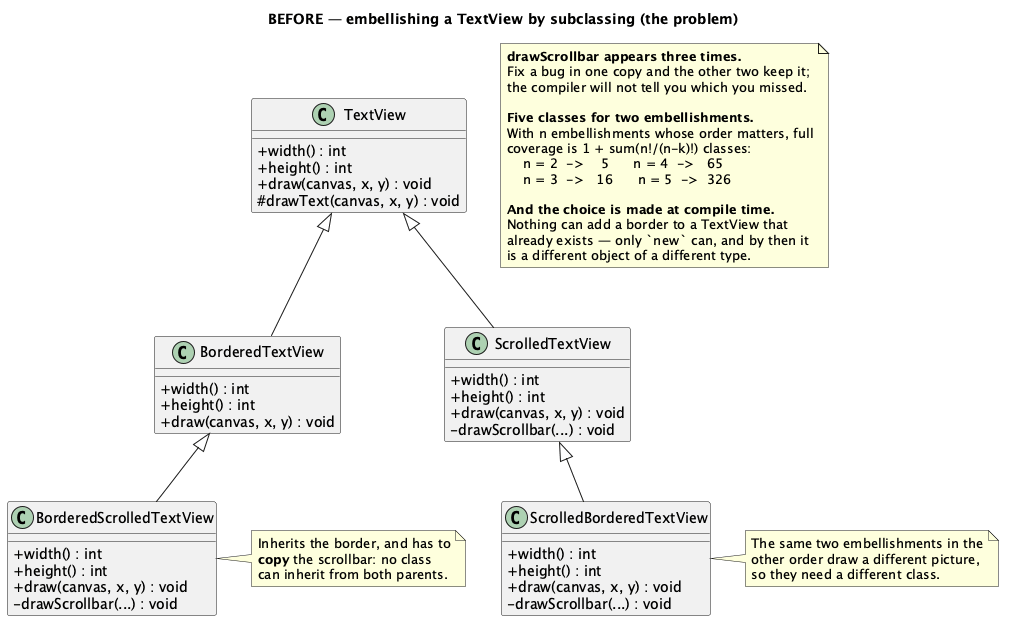
Before: src/main/java/dev/kaldiroglu/dp/structural/decorator/gof/visual/problem/uml/Decorator-Visual-Problem.png, a diagram exported from PlantUML (kaldiroglu/DesignPatternsWithJava). The source it was exported from:
```plantuml
@startuml Decorator-Visual-Problem
skinparam classAttributeIconSize 0
title BEFORE — embellishing a TextView by subclassing (the problem)

class TextView {
  + width() : int
  + height() : int
  + draw(canvas, x, y) : void
  # drawText(canvas, x, y) : void
}

class BorderedTextView {
  + width() : int
  + height() : int
  + draw(canvas, x, y) : void
}

class ScrolledTextView {
  + width() : int
  + height() : int
  + draw(canvas, x, y) : void
  - drawScrollbar(...) : void
}

class BorderedScrolledTextView {
  + width() : int
  + height() : int
  + draw(canvas, x, y) : void
  - drawScrollbar(...) : void
}

class ScrolledBorderedTextView {
  + width() : int
  + height() : int
  + draw(canvas, x, y) : void
  - drawScrollbar(...) : void
}

TextView <|-- BorderedTextView
TextView <|-- ScrolledTextView
BorderedTextView <|-- BorderedScrolledTextView
ScrolledTextView <|-- ScrolledBorderedTextView

note right of BorderedScrolledTextView
  Inherits the border, and has to
  **copy** the scrollbar: no class
  can inherit from both parents.
end note

note right of ScrolledBorderedTextView
  The same two embellishments in the
  other order draw a different picture,
  so they need a different class.
end note

note as N1
  **drawScrollbar appears three times.**
  Fix a bug in one copy and the other two keep it;
  the compiler will not tell you which you missed.

  **Five classes for two embellishments.**
  With n embellishments whose order matters, full
  coverage is 1 + sum(n!/(n-k)!) classes:
      n = 2  ->    5      n = 4  ->   65
      n = 3  ->   16      n = 5  ->  326

  **And the choice is made at compile time.**
  Nothing can add a border to a TextView that
  already exists — only `new` can, and by then it
  is a different object of a different type.
end note

@enduml
```
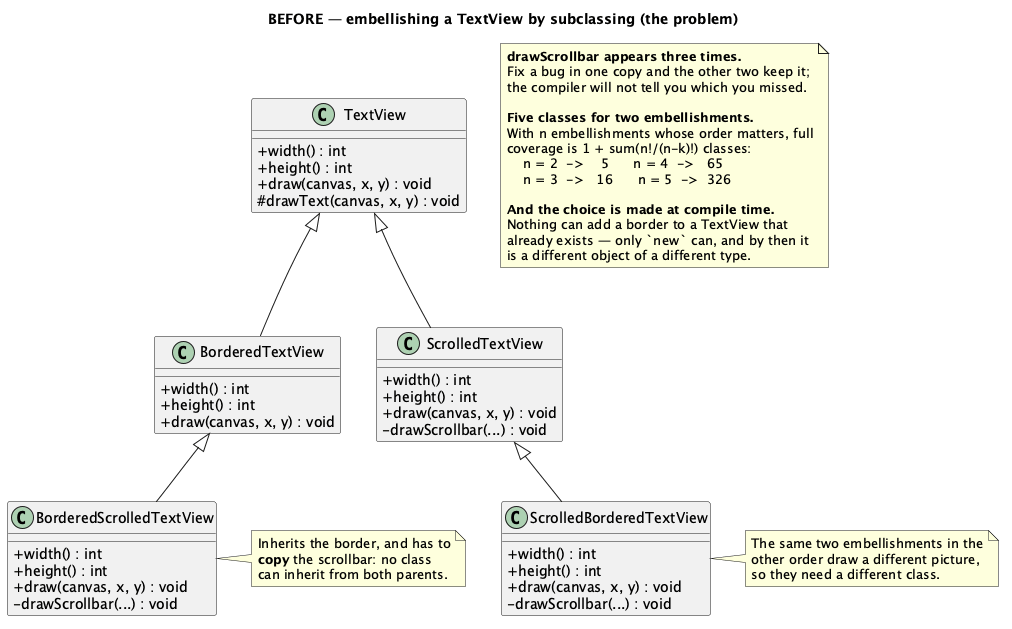
Above is the later version.

Diff of the diagram source:
```diff
@@ -1,4 +1,5 @@
-@startuml Decorator-Visual-Problem
+@startuml
+skinparam linetype polyline
 skinparam classAttributeIconSize 0
 title BEFORE — embellishing a TextView by subclassing (the problem)
 
@@ -70,4 +71,6 @@
   is a different object of a different type.
 end note
 
+TextView -[hidden]- BorderedTextView
+TextView -[hidden]- ScrolledTextView
 @enduml
```
